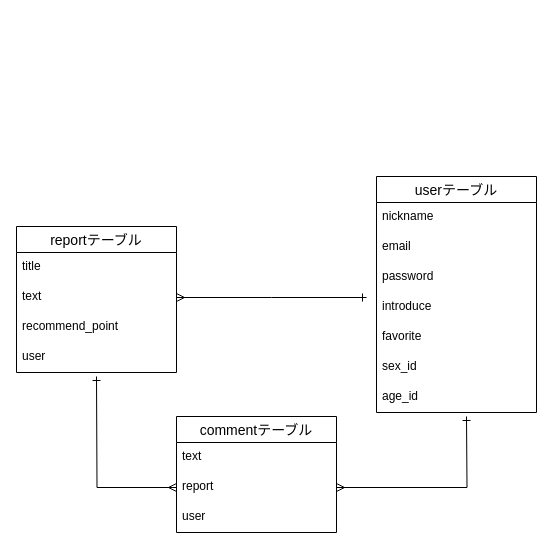
This is music_beats_spirit.dio from yf-steven/music-beats-spirit, a draw.io file, before an edit. Source tidied: cells renumbered, new cells numbered last; positions are measured from the earlier drawing's top-left corner, leaving out a move shared by most shapes. Both pictures are drawn from the tidied source at 100%, with x=0, y=0 at pixel (16, 176).
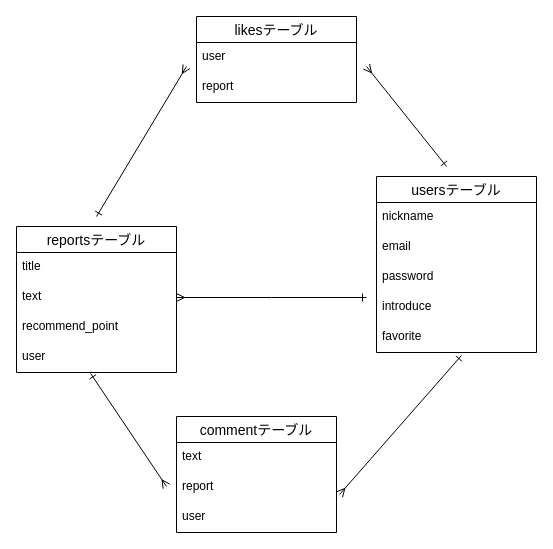
The same diagram, later.

The change refers to these unchanged cells:
```xml
<mxCell id="6" value="user" style="text;strokeColor=none;fillColor=none;spacingLeft=4;spacingRight=4;overflow=hidden;points=[[0,0.5],[1,0.5]];portConstraint=eastwest;fontSize=12;" parent="2" vertex="1">
  <mxGeometry y="116" width="160" height="30" as="geometry" />
</mxCell>
<mxCell id="12" value="favorite" style="text;strokeColor=none;fillColor=none;spacingLeft=4;spacingRight=4;overflow=hidden;points=[[0,0.5],[1,0.5]];portConstraint=eastwest;fontSize=12;" parent="7" vertex="1">
  <mxGeometry y="146" width="160" height="30" as="geometry" />
</mxCell>
<mxCell id="17" value="report" style="text;strokeColor=none;fillColor=none;spacingLeft=4;spacingRight=4;overflow=hidden;points=[[0,0.5],[1,0.5]];portConstraint=eastwest;fontSize=12;" parent="15" vertex="1">
  <mxGeometry y="56" width="160" height="30" as="geometry" />
</mxCell>
```

The edit, as a diff of the source:
```diff
@@
-    <mxCell id="2" value="reportテーブル" style="swimlane;fontStyle=0;horizontal=1;startSize=26;align=center;fontSize=14;" parent="1" vertex="1">
+    <mxCell id="2" value="reportsテーブル" style="swimlane;fontStyle=0;horizontal=1;startSize=26;align=center;fontSize=14;" parent="1" vertex="1">
       <mxGeometry y="50" width="160" height="146" as="geometry" />
     </mxCell>
@@
-    <mxCell id="7" value="userテーブル" style="swimlane;fontStyle=0;horizontal=1;startSize=26;align=center;fontSize=14;" parent="1" vertex="1">
-      <mxGeometry x="360" width="160" height="236" as="geometry" />
+    <mxCell id="7" value="usersテーブル" style="swimlane;fontStyle=0;horizontal=1;startSize=26;align=center;fontSize=14;" parent="1" vertex="1">
+      <mxGeometry x="360" width="160" height="176" as="geometry" />
     </mxCell>
@@
-    <mxCell id="13" value="sex_id" style="text;strokeColor=none;fillColor=none;spacingLeft=4;spacingRight=4;overflow=hidden;fontSize=12;" parent="7" vertex="1">
-      <mxGeometry y="176" width="160" height="30" as="geometry" />
-    </mxCell>
-    <mxCell id="14" value="age_id" style="text;strokeColor=none;fillColor=none;spacingLeft=4;spacingRight=4;overflow=hidden;fontSize=12;" parent="7" vertex="1">
-      <mxGeometry y="206" width="160" height="30" as="geometry" />
-    </mxCell>
@@
-    <mxCell id="20" style="edgeStyle=orthogonalEdgeStyle;rounded=0;jettySize=auto;html=1;exitX=0;exitY=0.5;exitDx=0;exitDy=0;startArrow=ERmany;startFill=0;endArrow=ERone;endFill=0;" parent="1" edge="1" source="17">
-      <mxGeometry relative="1" as="geometry">
-        <mxPoint x="80" y="200" as="targetPoint" />
-      </mxGeometry>
-    </mxCell>
-    <mxCell id="21" style="edgeStyle=orthogonalEdgeStyle;rounded=0;jettySize=auto;html=1;exitX=1;exitY=0.5;exitDx=0;exitDy=0;startArrow=ERmany;startFill=0;endArrow=ERone;endFill=0;" parent="1" edge="1" source="17">
-      <mxGeometry relative="1" as="geometry">
-        <mxPoint x="450" y="240" as="targetPoint" />
-      </mxGeometry>
-    </mxCell>
+    <mxCell id="22" value="likesテーブル" style="swimlane;fontStyle=0;horizontal=1;startSize=26;align=center;fontSize=14;" parent="1" vertex="1">
+      <mxGeometry x="180" y="-160" width="160" height="86" as="geometry" />
+    </mxCell>
+    <mxCell id="23" value="user&#10;" style="text;strokeColor=none;fillColor=none;spacingLeft=4;spacingRight=4;overflow=hidden;fontSize=12;" parent="22" vertex="1">
+      <mxGeometry y="26" width="160" height="30" as="geometry" />
+    </mxCell>
+    <mxCell id="24" value="report&#10;" style="text;strokeColor=none;fillColor=none;spacingLeft=4;spacingRight=4;overflow=hidden;fontSize=12;" parent="22" vertex="1">
+      <mxGeometry y="56" width="160" height="30" as="geometry" />
+    </mxCell>
+    <mxCell id="25" style="endArrow=ERone;html=1;rounded=0;exitX=1.019;exitY=0.733;exitDx=0;exitDy=0;exitPerimeter=0;entryX=0.531;entryY=1.1;entryDx=0;entryDy=0;entryPerimeter=0;startArrow=ERmany;startFill=0;endFill=0;" parent="1" edge="1" source="17" target="12">
+      <mxGeometry relative="1" as="geometry" />
+    </mxCell>
+    <mxCell id="26" style="endArrow=ERmany;html=1;rounded=0;startArrow=ERone;startFill=0;endFill=0;" parent="1" edge="1">
+      <mxGeometry relative="1" as="geometry">
+        <mxPoint x="80" y="40" as="sourcePoint" />
+        <mxPoint x="170" y="-110" as="targetPoint" />
+      </mxGeometry>
+    </mxCell>
+    <mxCell id="27" style="endArrow=ERone;html=1;rounded=0;startArrow=ERmany;startFill=0;endFill=0;" parent="1" edge="1">
+      <mxGeometry relative="1" as="geometry">
+        <mxPoint x="350" y="-110" as="sourcePoint" />
+        <mxPoint x="430" y="-10" as="targetPoint" />
+      </mxGeometry>
+    </mxCell>
+    <mxCell id="28" style="endArrow=ERmany;html=1;rounded=0;exitX=0.463;exitY=1.033;exitDx=0;exitDy=0;exitPerimeter=0;startArrow=ERone;startFill=0;endFill=0;" parent="1" edge="1" source="6">
+      <mxGeometry relative="1" as="geometry">
+        <mxPoint x="150" y="310" as="targetPoint" />
+      </mxGeometry>
+    </mxCell>
```
